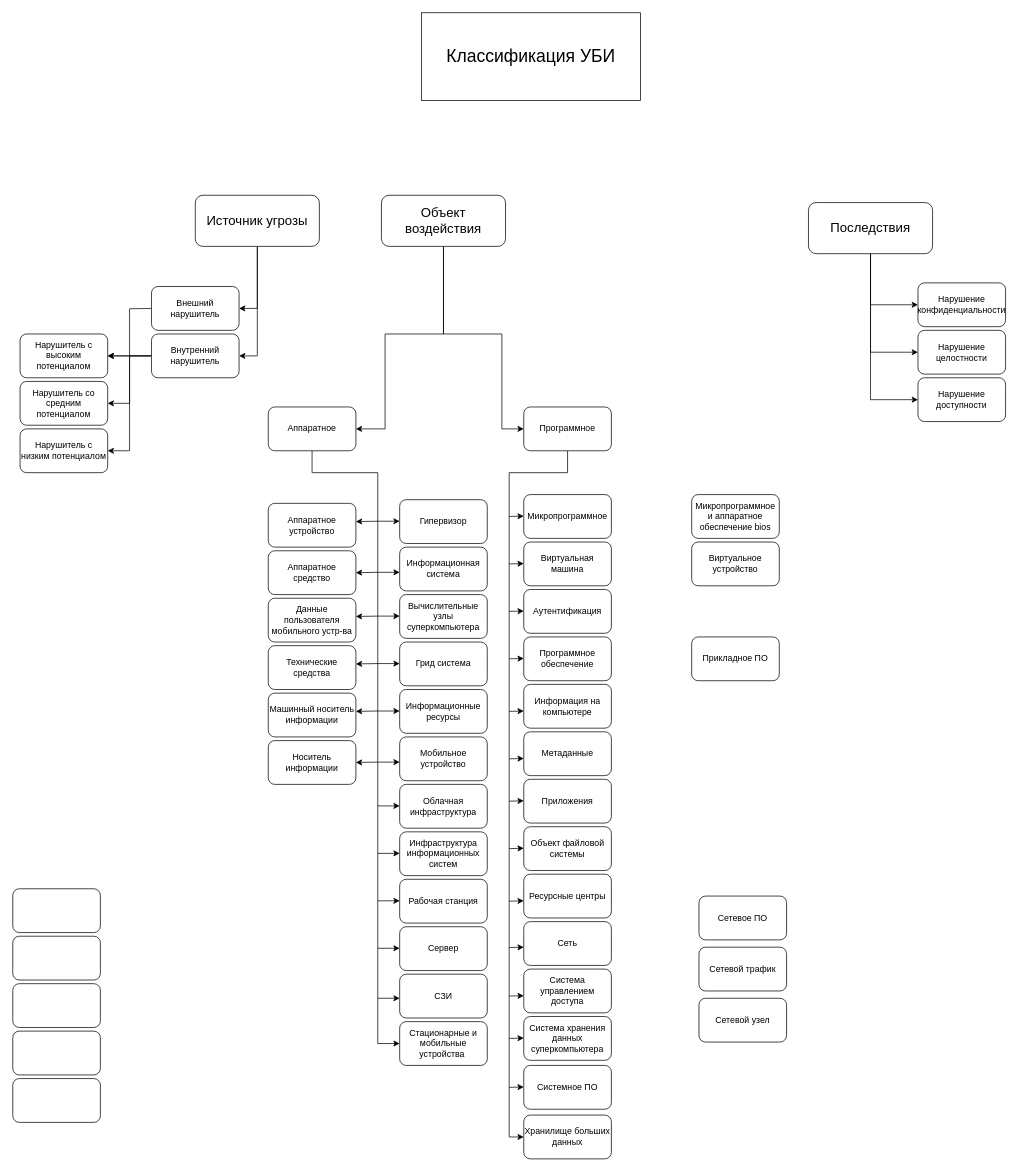
1DeMeNToR1/D-D-Helper keeps this draw.io diagram as ТОКБ1.drawio. Above is the earlier version. Source tidied: cells renumbered, new cells numbered last; positions are measured from the earlier drawing's top-left corner, leaving out a move shared by most shapes. Both pictures are drawn from the tidied source at 73%, with x=0, y=0 at pixel (12, 12).
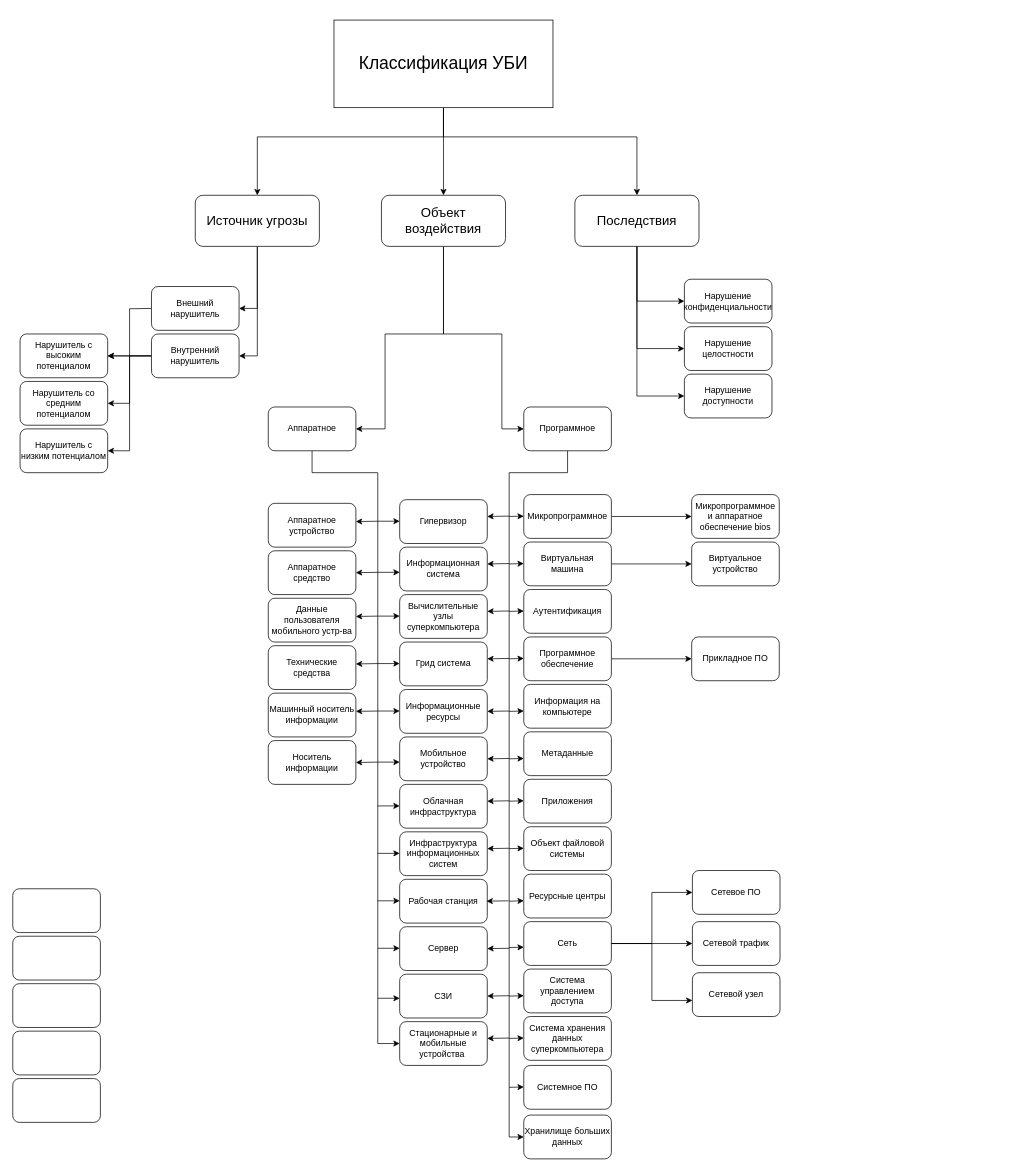
Above is the later version.

The change refers to these unchanged cells:
```xml
<mxCell id="5" value="&lt;font style=&quot;font-size: 18px;&quot;&gt;Источник угрозы&lt;/font&gt;" style="rounded=1;whiteSpace=wrap;html=1;" parent="1" vertex="1">
  <mxGeometry x="250" y="250" width="170" height="70" as="geometry" />
</mxCell>
<mxCell id="8" value="&lt;font style=&quot;font-size: 18px;&quot;&gt;Объект воздействия&lt;/font&gt;" style="rounded=1;whiteSpace=wrap;html=1;" parent="1" vertex="1">
  <mxGeometry x="505" y="250" width="170" height="70" as="geometry" />
</mxCell>
<mxCell id="29" value="Микропрограммное" style="rounded=1;whiteSpace=wrap;html=1;" parent="1" vertex="1">
  <mxGeometry x="700" y="660" width="120" height="60" as="geometry" />
</mxCell>
<mxCell id="38" value="Виртуальная машина" style="rounded=1;whiteSpace=wrap;html=1;" parent="1" vertex="1">
  <mxGeometry x="700" y="725" width="120" height="60" as="geometry" />
</mxCell>
<mxCell id="40" value="Программное обеспечение" style="rounded=1;whiteSpace=wrap;html=1;" parent="1" vertex="1">
  <mxGeometry x="700" y="855" width="120" height="60" as="geometry" />
</mxCell>
<mxCell id="46" value="Виртуальное устройство" style="rounded=1;whiteSpace=wrap;html=1;" parent="1" vertex="1">
  <mxGeometry x="930" y="725" width="120" height="60" as="geometry" />
</mxCell>
<mxCell id="54" value="Микропрограммное и аппаратное обеспечение bios" style="rounded=1;whiteSpace=wrap;html=1;" parent="1" vertex="1">
  <mxGeometry x="930" y="660" width="120" height="60" as="geometry" />
</mxCell>
<mxCell id="64" value="Сеть" style="rounded=1;whiteSpace=wrap;html=1;" parent="1" vertex="1">
  <mxGeometry x="700" y="1245" width="120" height="60" as="geometry" />
</mxCell>
<mxCell id="68" value="Прикладное ПО" style="rounded=1;whiteSpace=wrap;html=1;" parent="1" vertex="1">
  <mxGeometry x="930" y="855" width="120" height="60" as="geometry" />
</mxCell>
```

The edit, as a diff of the source:
```diff
@@
+    <mxCell id="102" style="edgeStyle=orthogonalEdgeStyle;rounded=0;jettySize=auto;html=1;entryX=0.5;entryY=0;entryDx=0;entryDy=0;" parent="1" edge="1" source="2" target="5">
+      <mxGeometry relative="1" as="geometry">
+        <Array as="points">
+          <mxPoint x="590" y="170" />
+          <mxPoint x="335" y="170" />
+        </Array>
+      </mxGeometry>
+    </mxCell>
+    <mxCell id="103" style="edgeStyle=orthogonalEdgeStyle;rounded=0;jettySize=auto;html=1;entryX=0.5;entryY=0;entryDx=0;entryDy=0;" parent="1" edge="1" source="2" target="8">
+      <mxGeometry relative="1" as="geometry" />
+    </mxCell>
+    <mxCell id="104" style="edgeStyle=orthogonalEdgeStyle;rounded=0;jettySize=auto;html=1;entryX=0.5;entryY=0;entryDx=0;entryDy=0;" parent="1" edge="1" source="2" target="11">
+      <mxGeometry relative="1" as="geometry">
+        <Array as="points">
+          <mxPoint x="590" y="170" />
+          <mxPoint x="855" y="170" />
+        </Array>
+      </mxGeometry>
+    </mxCell>
     <mxCell id="2" value="&lt;font style=&quot;font-size: 24px;&quot;&gt;Классификация УБИ&lt;/font&gt;" style="rounded=0;whiteSpace=wrap;html=1;" parent="1" vertex="1">
-      <mxGeometry x="560" width="300" height="120" as="geometry" />
+      <mxGeometry x="440" y="10" width="300" height="120" as="geometry" />
     </mxCell>
@@
     <mxCell id="11" value="&lt;font style=&quot;font-size: 18px;&quot;&gt;Последствия&lt;/font&gt;" style="rounded=1;whiteSpace=wrap;html=1;" parent="1" vertex="1">
-      <mxGeometry x="1090" y="260" width="170" height="70" as="geometry" />
+      <mxGeometry x="770" y="250" width="170" height="70" as="geometry" />
     </mxCell>
     <mxCell id="12" style="endArrow=classic;html=1;rounded=0;exitX=0.5;exitY=1;exitDx=0;exitDy=0;entryX=0;entryY=0.5;entryDx=0;entryDy=0;" parent="1" edge="1" source="11" target="13">
       <mxGeometry relative="1" as="geometry">
         <Array as="points">
-          <mxPoint x="1175" y="400" />
+          <mxPoint x="855" y="395" />
         </Array>
       </mxGeometry>
     </mxCell>
     <mxCell id="13" value="Нарушение конфиденциальности" style="rounded=1;whiteSpace=wrap;html=1;" parent="1" vertex="1">
-      <mxGeometry x="1240" y="370" width="120" height="60" as="geometry" />
+      <mxGeometry x="920" y="365" width="120" height="60" as="geometry" />
     </mxCell>
     <mxCell id="14" value="Нарушение целостности" style="rounded=1;whiteSpace=wrap;html=1;" parent="1" vertex="1">
-      <mxGeometry x="1240" y="435" width="120" height="60" as="geometry" />
+      <mxGeometry x="920" y="430" width="120" height="60" as="geometry" />
     </mxCell>
     <mxCell id="15" value="Нарушение доступности" style="rounded=1;whiteSpace=wrap;html=1;" parent="1" vertex="1">
-      <mxGeometry x="1240" y="500" width="120" height="60" as="geometry" />
+      <mxGeometry x="920" y="495" width="120" height="60" as="geometry" />
     </mxCell>
@@
+    <mxCell id="105" style="edgeStyle=orthogonalEdgeStyle;rounded=0;jettySize=auto;html=1;entryX=0;entryY=0.5;entryDx=0;entryDy=0;" parent="1" edge="1" source="29" target="54">
+      <mxGeometry relative="1" as="geometry" />
+    </mxCell>
@@
+    <mxCell id="106" style="edgeStyle=orthogonalEdgeStyle;rounded=0;jettySize=auto;html=1;entryX=0;entryY=0.5;entryDx=0;entryDy=0;" parent="1" edge="1" source="38" target="46">
+      <mxGeometry relative="1" as="geometry" />
+    </mxCell>
@@
+    <mxCell id="107" style="edgeStyle=orthogonalEdgeStyle;rounded=0;jettySize=auto;html=1;entryX=0;entryY=0.5;entryDx=0;entryDy=0;" parent="1" edge="1" source="40" target="68">
+      <mxGeometry relative="1" as="geometry" />
+    </mxCell>
@@
+    <mxCell id="108" style="edgeStyle=orthogonalEdgeStyle;rounded=0;jettySize=auto;html=1;entryX=0;entryY=0.5;entryDx=0;entryDy=0;" parent="1" edge="1" source="64" target="69">
+      <mxGeometry relative="1" as="geometry" />
+    </mxCell>
+    <mxCell id="109" style="edgeStyle=orthogonalEdgeStyle;rounded=0;jettySize=auto;html=1;entryX=0;entryY=0.5;entryDx=0;entryDy=0;" parent="1" edge="1" source="64" target="70">
+      <mxGeometry relative="1" as="geometry" />
+    </mxCell>
@@
     <mxCell id="69" value="Сетевое ПО" style="rounded=1;whiteSpace=wrap;html=1;" parent="1" vertex="1">
-      <mxGeometry x="940" y="1210" width="120" height="60" as="geometry" />
+      <mxGeometry x="931" y="1175" width="120" height="60" as="geometry" />
     </mxCell>
     <mxCell id="70" value="Сетевой трафик" style="rounded=1;whiteSpace=wrap;html=1;" parent="1" vertex="1">
-      <mxGeometry x="940" y="1280" width="120" height="60" as="geometry" />
+      <mxGeometry x="931" y="1245" width="120" height="60" as="geometry" />
     </mxCell>
     <mxCell id="71" value="Сетевой узел" style="rounded=1;whiteSpace=wrap;html=1;" parent="1" vertex="1">
-      <mxGeometry x="940" y="1350" width="120" height="60" as="geometry" />
+      <mxGeometry x="931" y="1315" width="120" height="60" as="geometry" />
     </mxCell>
@@
+    <mxCell id="110" style="endArrow=classic;html=1;rounded=0;" parent="1" edge="1">
+      <mxGeometry relative="1" as="geometry">
+        <mxPoint x="680" y="689.5" as="sourcePoint" />
+        <mxPoint x="650" y="690" as="targetPoint" />
+      </mxGeometry>
+    </mxCell>
+    <mxCell id="111" style="endArrow=classic;html=1;rounded=0;" parent="1" edge="1">
+      <mxGeometry relative="1" as="geometry">
+        <mxPoint x="680" y="754.5" as="sourcePoint" />
+        <mxPoint x="650" y="755" as="targetPoint" />
+      </mxGeometry>
+    </mxCell>
+    <mxCell id="112" style="endArrow=classic;html=1;rounded=0;" parent="1" edge="1">
+      <mxGeometry relative="1" as="geometry">
+        <mxPoint x="680" y="819.5" as="sourcePoint" />
+        <mxPoint x="650" y="820" as="targetPoint" />
+      </mxGeometry>
+    </mxCell>
+    <mxCell id="113" style="endArrow=classic;html=1;rounded=0;" parent="1" edge="1">
+      <mxGeometry relative="1" as="geometry">
+        <mxPoint x="680" y="884.5" as="sourcePoint" />
+        <mxPoint x="650" y="885" as="targetPoint" />
+      </mxGeometry>
+    </mxCell>
+    <mxCell id="114" style="endArrow=classic;html=1;rounded=0;" parent="1" edge="1">
+      <mxGeometry relative="1" as="geometry">
+        <mxPoint x="680" y="956.5" as="sourcePoint" />
+        <mxPoint x="650" y="957" as="targetPoint" />
+      </mxGeometry>
+    </mxCell>
+    <mxCell id="115" style="endArrow=classic;html=1;rounded=0;" parent="1" edge="1">
+      <mxGeometry relative="1" as="geometry">
+        <mxPoint x="680" y="1021.5" as="sourcePoint" />
+        <mxPoint x="650" y="1022" as="targetPoint" />
+      </mxGeometry>
+    </mxCell>
+    <mxCell id="116" style="endArrow=classic;html=1;rounded=0;" parent="1" edge="1">
+      <mxGeometry relative="1" as="geometry">
+        <mxPoint x="680" y="1079.5" as="sourcePoint" />
+        <mxPoint x="650" y="1080" as="targetPoint" />
+      </mxGeometry>
+    </mxCell>
+    <mxCell id="117" style="endArrow=classic;html=1;rounded=0;" parent="1" edge="1">
+      <mxGeometry relative="1" as="geometry">
+        <mxPoint x="680" y="1144.5" as="sourcePoint" />
+        <mxPoint x="650" y="1145" as="targetPoint" />
+      </mxGeometry>
+    </mxCell>
+    <mxCell id="118" style="endArrow=classic;html=1;rounded=0;" parent="1" edge="1">
+      <mxGeometry relative="1" as="geometry">
+        <mxPoint x="679" y="1216.5" as="sourcePoint" />
+        <mxPoint x="649" y="1217" as="targetPoint" />
+      </mxGeometry>
+    </mxCell>
+    <mxCell id="119" style="endArrow=classic;html=1;rounded=0;" parent="1" edge="1">
+      <mxGeometry relative="1" as="geometry">
+        <mxPoint x="680" y="1281.5" as="sourcePoint" />
+        <mxPoint x="650" y="1282" as="targetPoint" />
+      </mxGeometry>
+    </mxCell>
+    <mxCell id="120" style="endArrow=classic;html=1;rounded=0;" parent="1" edge="1">
+      <mxGeometry relative="1" as="geometry">
+        <mxPoint x="680" y="1346.5" as="sourcePoint" />
+        <mxPoint x="650" y="1347" as="targetPoint" />
+      </mxGeometry>
+    </mxCell>
+    <mxCell id="121" style="endArrow=classic;html=1;rounded=0;" parent="1" edge="1">
+      <mxGeometry relative="1" as="geometry">
+        <mxPoint x="680" y="1404.5" as="sourcePoint" />
+        <mxPoint x="650" y="1405" as="targetPoint" />
+      </mxGeometry>
+    </mxCell>
+    <mxCell id="122" style="edgeStyle=orthogonalEdgeStyle;rounded=0;jettySize=auto;html=1;entryX=0;entryY=0.633;entryDx=0;entryDy=0;entryPerimeter=0;" parent="1" edge="1" source="64" target="71">
+      <mxGeometry relative="1" as="geometry" />
+    </mxCell>
```
